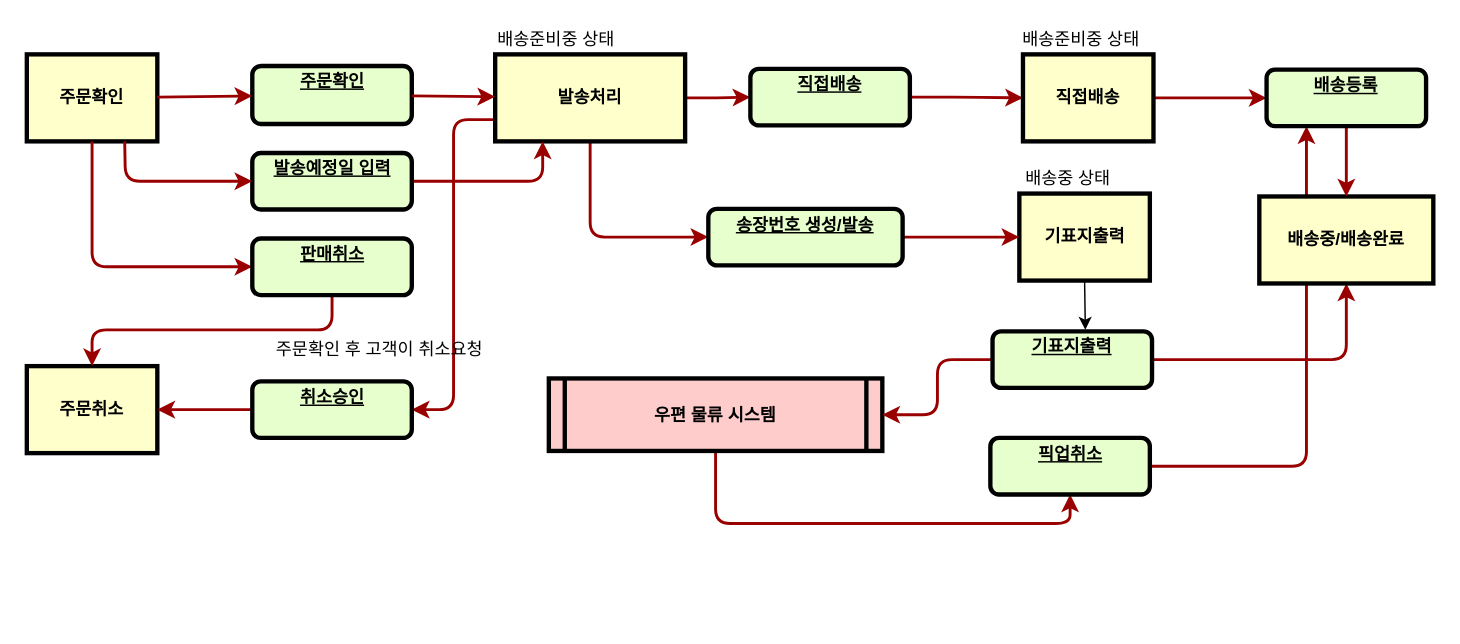
Earlier version of the draw.io diagram ebay.drawio (fangbo1562/drawio). Source tidied: cells renumbered, new cells numbered last; positions are measured from the earlier drawing's top-left corner, leaving out a move shared by most shapes. Both pictures are drawn from the tidied source at 145%, with x=0, y=0 at pixel (26, 25).
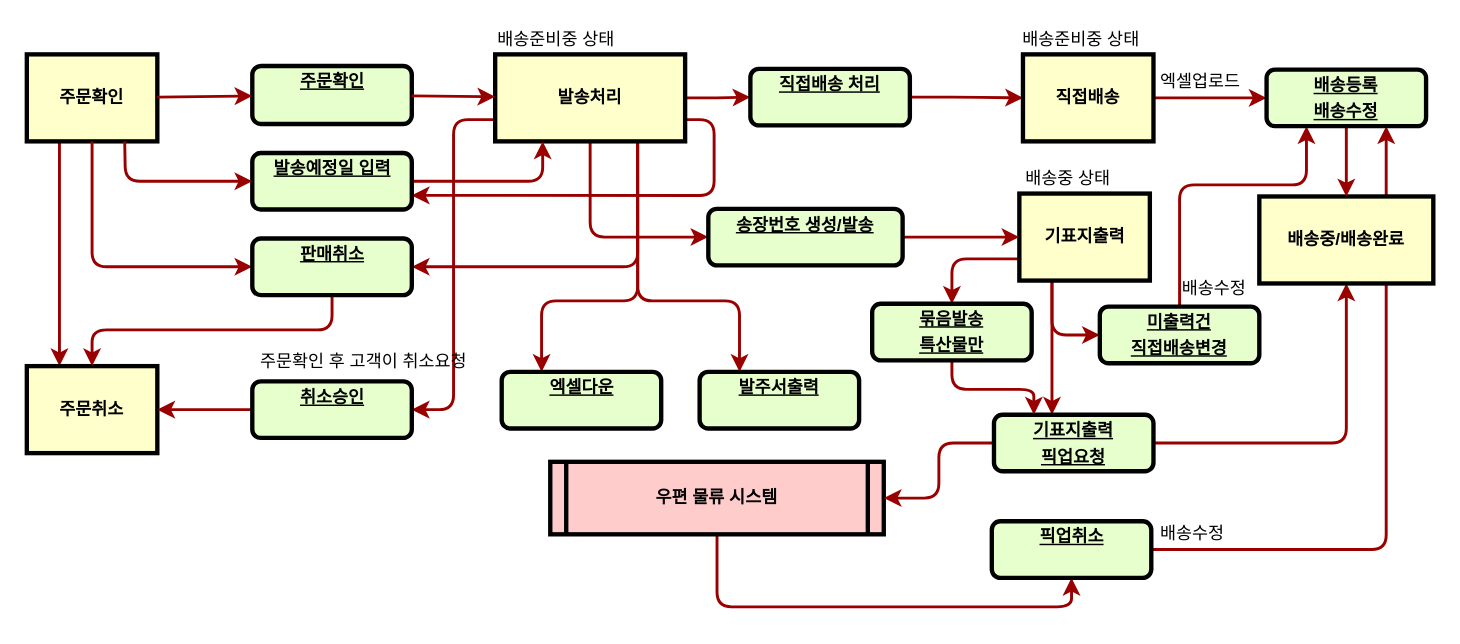
Above is the later version.

The change refers to these unchanged cells:
```xml
<mxCell id="7" value="발송처리" style="whiteSpace=wrap;align=center;verticalAlign=middle;fontStyle=1;strokeWidth=3;fillColor=#FFFFCC;" parent="1" vertex="1">
  <mxGeometry x="323" y="20" width="131" height="60" as="geometry" />
</mxCell>
<mxCell id="8" value="주문확인" style="whiteSpace=wrap;align=center;verticalAlign=middle;fontStyle=1;strokeWidth=3;fillColor=#FFFFCC;" parent="1" vertex="1">
  <mxGeometry y="20" width="90" height="60" as="geometry" />
</mxCell>
<mxCell id="12" value="&lt;p style=&quot;margin: 4px 0px 0px ; text-align: center ; text-decoration: underline&quot;&gt;&lt;strong&gt;발송예정일 입력&lt;/strong&gt;&lt;/p&gt;&lt;p style=&quot;margin: 0px 0px 0px 8px&quot;&gt;&lt;/p&gt;" style="verticalAlign=middle;align=center;overflow=fill;fontSize=12;fontFamily=Helvetica;html=1;rounded=1;fontStyle=1;strokeWidth=3;fillColor=#E6FFCC;" parent="1" vertex="1">
  <mxGeometry x="155.5" y="88" width="110" height="39" as="geometry" />
</mxCell>
<mxCell id="15" value="주문취소" style="whiteSpace=wrap;align=center;verticalAlign=middle;fontStyle=1;strokeWidth=3;fillColor=#FFFFCC;" parent="1" vertex="1">
  <mxGeometry y="235" width="90" height="60" as="geometry" />
</mxCell>
<mxCell id="23" value="&lt;p style=&quot;margin: 4px 0px 0px ; text-align: center ; text-decoration: underline&quot;&gt;&lt;strong&gt;판매취소&lt;/strong&gt;&lt;/p&gt;" style="verticalAlign=middle;align=center;overflow=fill;fontSize=12;fontFamily=Helvetica;html=1;rounded=1;fontStyle=1;strokeWidth=3;fillColor=#E6FFCC;" parent="1" vertex="1">
  <mxGeometry x="155.5" y="147" width="110" height="39" as="geometry" />
</mxCell>
<mxCell id="25" value="기표지출력" style="whiteSpace=wrap;align=center;verticalAlign=middle;fontStyle=1;strokeWidth=3;fillColor=#FFFFCC;" parent="1" vertex="1">
  <mxGeometry x="684.5" y="116" width="90" height="60" as="geometry" />
</mxCell>
```

The edit, as a diff of the source:
```diff
@@
-    <mxCell id="2" style="edgeStyle=orthogonalEdgeStyle;rounded=1;jettySize=auto;html=1;exitX=1;exitY=0.5;exitDx=0;exitDy=0;entryX=0.25;entryY=1;entryDx=0;entryDy=0;strokeColor=#990000;strokeWidth=2;" parent="1" edge="1" source="38" target="35">
+    <mxCell id="2" style="edgeStyle=orthogonalEdgeStyle;rounded=1;jettySize=auto;html=1;exitX=1;exitY=0.5;exitDx=0;exitDy=0;entryX=0.75;entryY=1;entryDx=0;entryDy=0;strokeColor=#990000;strokeWidth=2;" parent="1" edge="1" source="38" target="35">
       <mxGeometry relative="1" as="geometry" />
     </mxCell>
+    <mxCell id="42" style="edgeStyle=orthogonalEdgeStyle;rounded=1;jettySize=auto;html=1;exitX=0.5;exitY=0;exitDx=0;exitDy=0;entryX=0.25;entryY=1;entryDx=0;entryDy=0;strokeColor=#990000;strokeWidth=2;" parent="1" edge="1" source="55" target="35">
+      <mxGeometry relative="1" as="geometry">
+        <Array as="points">
+          <mxPoint x="795" y="110" />
+          <mxPoint x="883" y="110" />
+        </Array>
+      </mxGeometry>
+    </mxCell>
@@
+    <mxCell id="43" style="edgeStyle=orthogonalEdgeStyle;rounded=1;jettySize=auto;html=1;exitX=0.75;exitY=1;exitDx=0;exitDy=0;entryX=1;entryY=0.5;entryDx=0;entryDy=0;strokeColor=#990000;strokeWidth=2;" parent="1" edge="1" source="7" target="23">
+      <mxGeometry relative="1" as="geometry" />
+    </mxCell>
+    <mxCell id="44" style="edgeStyle=orthogonalEdgeStyle;rounded=1;jettySize=auto;html=1;exitX=1;exitY=0.75;exitDx=0;exitDy=0;entryX=1;entryY=0.75;entryDx=0;entryDy=0;strokeColor=#990000;strokeWidth=2;" parent="1" edge="1" source="7" target="12">
+      <mxGeometry relative="1" as="geometry" />
+    </mxCell>
+    <mxCell id="45" style="edgeStyle=orthogonalEdgeStyle;rounded=1;jettySize=auto;html=1;exitX=0.75;exitY=1;exitDx=0;exitDy=0;entryX=0.25;entryY=0;entryDx=0;entryDy=0;strokeColor=#990000;strokeWidth=2;" parent="1" edge="1" source="7" target="51">
+      <mxGeometry relative="1" as="geometry">
+        <Array as="points">
+          <mxPoint x="421" y="190" />
+          <mxPoint x="355" y="190" />
+        </Array>
+      </mxGeometry>
+    </mxCell>
+    <mxCell id="46" style="edgeStyle=orthogonalEdgeStyle;rounded=1;jettySize=auto;html=1;exitX=0.75;exitY=1;exitDx=0;exitDy=0;entryX=0.25;entryY=0;entryDx=0;entryDy=0;strokeColor=#990000;strokeWidth=2;" parent="1" edge="1" source="7" target="50">
+      <mxGeometry relative="1" as="geometry">
+        <Array as="points">
+          <mxPoint x="421" y="190" />
+          <mxPoint x="492" y="190" />
+        </Array>
+      </mxGeometry>
+    </mxCell>
@@
+    <mxCell id="47" style="edgeStyle=orthogonalEdgeStyle;rounded=1;jettySize=auto;html=1;exitX=0.25;exitY=1;exitDx=0;exitDy=0;entryX=0.25;entryY=0;entryDx=0;entryDy=0;strokeColor=#990000;strokeWidth=2;" parent="1" edge="1" source="8" target="15">
+      <mxGeometry relative="1" as="geometry" />
+    </mxCell>
@@
     <mxCell id="10" value="우편 물류 시스템" style="shape=process;whiteSpace=wrap;align=center;verticalAlign=middle;size=0.0475;fontStyle=1;strokeWidth=3;fillColor=#FFCCCC;" parent="1" vertex="1">
-      <mxGeometry x="360" y="243.5" width="230" height="50" as="geometry" />
+      <mxGeometry x="361" y="301" width="230" height="50" as="geometry" />
     </mxCell>
@@
     <mxCell id="18" value="주문확인 후 고객이 취소요청" style="text;spacingTop=-5;align=center;" parent="1" vertex="1">
-      <mxGeometry x="203" y="215" width="81" height="20" as="geometry" />
+      <mxGeometry x="192" y="223" width="81" height="20" as="geometry" />
     </mxCell>
@@
-    <mxCell id="24" style="edgeStyle=orthogonalEdgeStyle;rounded=0;jettySize=auto;html=1;exitX=0.5;exitY=1;exitDx=0;exitDy=0;" parent="1" edge="1" source="25">
+    <mxCell id="24" style="edgeStyle=orthogonalEdgeStyle;rounded=1;jettySize=auto;html=1;exitX=0.25;exitY=1;exitDx=0;exitDy=0;strokeColor=#990000;strokeWidth=2;" parent="1" edge="1" source="25" target="37">
       <mxGeometry relative="1" as="geometry">
-        <mxPoint x="730" y="210" as="targetPoint" />
+        <Array as="points">
+          <mxPoint x="707" y="250" />
+          <mxPoint x="707" y="250" />
+        </Array>
       </mxGeometry>
     </mxCell>
+    <mxCell id="48" style="edgeStyle=orthogonalEdgeStyle;rounded=1;jettySize=auto;html=1;exitX=0;exitY=0.75;exitDx=0;exitDy=0;entryX=0.5;entryY=0;entryDx=0;entryDy=0;strokeColor=#990000;strokeWidth=2;" parent="1" edge="1" source="25" target="54">
+      <mxGeometry relative="1" as="geometry" />
+    </mxCell>
+    <mxCell id="49" style="edgeStyle=orthogonalEdgeStyle;rounded=1;jettySize=auto;html=1;exitX=0.25;exitY=1;exitDx=0;exitDy=0;entryX=0;entryY=0.5;entryDx=0;entryDy=0;strokeColor=#990000;strokeWidth=2;" parent="1" edge="1" source="25" target="55">
+      <mxGeometry relative="1" as="geometry" />
+    </mxCell>
@@
-    <mxCell id="27" value="&lt;p style=&quot;margin: 4px 0px 0px ; text-align: center ; text-decoration: underline&quot;&gt;&lt;strong&gt;직접배송&lt;/strong&gt;&lt;/p&gt;" style="verticalAlign=middle;align=center;overflow=fill;fontSize=12;fontFamily=Helvetica;html=1;rounded=1;fontStyle=1;strokeWidth=3;fillColor=#E6FFCC;" parent="1" vertex="1">
+    <mxCell id="27" value="&lt;p style=&quot;margin: 4px 0px 0px ; text-align: center ; text-decoration: underline&quot;&gt;&lt;strong&gt;직접배송 처리&lt;/strong&gt;&lt;/p&gt;" style="verticalAlign=middle;align=center;overflow=fill;fontSize=12;fontFamily=Helvetica;html=1;rounded=1;fontStyle=1;strokeWidth=3;fillColor=#E6FFCC;" parent="1" vertex="1">
       <mxGeometry x="499" y="30" width="110" height="39" as="geometry" />
     </mxCell>
@@
-    <mxCell id="35" value="&lt;p style=&quot;margin: 4px 0px 0px ; text-align: center ; text-decoration: underline&quot;&gt;&lt;strong&gt;배송등록&lt;/strong&gt;&lt;/p&gt;" style="verticalAlign=middle;align=center;overflow=fill;fontSize=12;fontFamily=Helvetica;html=1;rounded=1;fontStyle=1;strokeWidth=3;fillColor=#E6FFCC;" parent="1" vertex="1">
+    <mxCell id="35" value="&lt;p style=&quot;margin: 4px 0px 0px ; text-align: center ; text-decoration: underline&quot;&gt;&lt;strong&gt;배송등록&lt;/strong&gt;&lt;/p&gt;&lt;p style=&quot;margin: 4px 0px 0px ; text-align: center ; text-decoration: underline&quot;&gt;&lt;strong&gt;배송수정&lt;/strong&gt;&lt;/p&gt;" style="verticalAlign=middle;align=center;overflow=fill;fontSize=12;fontFamily=Helvetica;html=1;rounded=1;fontStyle=1;strokeWidth=3;fillColor=#E6FFCC;" parent="1" vertex="1">
       <mxGeometry x="855" y="30.5" width="110" height="39" as="geometry" />
     </mxCell>
@@
-    <mxCell id="37" value="&lt;p style=&quot;margin: 4px 0px 0px ; text-align: center ; text-decoration: underline&quot;&gt;&lt;strong&gt;기표지출력&lt;/strong&gt;&lt;/p&gt;" style="verticalAlign=middle;align=center;overflow=fill;fontSize=12;fontFamily=Helvetica;html=1;rounded=1;fontStyle=1;strokeWidth=3;fillColor=#E6FFCC;" parent="1" vertex="1">
-      <mxGeometry x="666" y="211" width="110" height="39" as="geometry" />
+    <mxCell id="37" value="&lt;p style=&quot;margin: 4px 0px 0px ; text-align: center ; text-decoration: underline&quot;&gt;&lt;strong&gt;기표지출력&lt;/strong&gt;&lt;/p&gt;&lt;p style=&quot;margin: 4px 0px 0px ; text-align: center ; text-decoration: underline&quot;&gt;픽업요청&lt;/p&gt;" style="verticalAlign=middle;align=center;overflow=fill;fontSize=12;fontFamily=Helvetica;html=1;rounded=1;fontStyle=1;strokeWidth=3;fillColor=#E6FFCC;" parent="1" vertex="1">
+      <mxGeometry x="667" y="268.5" width="110" height="39" as="geometry" />
     </mxCell>
     <mxCell id="38" value="&lt;p style=&quot;margin: 4px 0px 0px ; text-align: center ; text-decoration: underline&quot;&gt;&lt;strong&gt;픽업취소&lt;/strong&gt;&lt;/p&gt;" style="verticalAlign=middle;align=center;overflow=fill;fontSize=12;fontFamily=Helvetica;html=1;rounded=1;fontStyle=1;strokeWidth=3;fillColor=#E6FFCC;" parent="1" vertex="1">
-      <mxGeometry x="664.5" y="284.5" width="110" height="39" as="geometry" />
+      <mxGeometry x="665.5" y="342" width="110" height="39" as="geometry" />
     </mxCell>
@@
+    <mxCell id="50" value="&lt;p style=&quot;margin: 4px 0px 0px ; text-align: center ; text-decoration: underline&quot;&gt;&lt;strong&gt;발주서출력&lt;/strong&gt;&lt;/p&gt;" style="verticalAlign=middle;align=center;overflow=fill;fontSize=12;fontFamily=Helvetica;html=1;rounded=1;fontStyle=1;strokeWidth=3;fillColor=#E6FFCC;" parent="1" vertex="1">
+      <mxGeometry x="464" y="239" width="110" height="39" as="geometry" />
+    </mxCell>
+    <mxCell id="51" value="&lt;p style=&quot;margin: 4px 0px 0px ; text-align: center ; text-decoration: underline&quot;&gt;&lt;strong&gt;엑셀다운&lt;/strong&gt;&lt;/p&gt;" style="verticalAlign=middle;align=center;overflow=fill;fontSize=12;fontFamily=Helvetica;html=1;rounded=1;fontStyle=1;strokeWidth=3;fillColor=#E6FFCC;" parent="1" vertex="1">
+      <mxGeometry x="327.5" y="239" width="110" height="39" as="geometry" />
+    </mxCell>
+    <mxCell id="52" value="엑셀업로드" style="text;html=1;align=left;verticalAlign=top;spacingTop=-4;" parent="1" vertex="1">
+      <mxGeometry x="780" y="29" width="80" height="20" as="geometry" />
+    </mxCell>
+    <mxCell id="53" style="edgeStyle=orthogonalEdgeStyle;rounded=1;jettySize=auto;html=1;exitX=0.5;exitY=1;exitDx=0;exitDy=0;entryX=0.25;entryY=0;entryDx=0;entryDy=0;strokeColor=#990000;strokeWidth=2;" parent="1" edge="1" source="54" target="37">
+      <mxGeometry relative="1" as="geometry" />
+    </mxCell>
+    <mxCell id="54" value="&lt;p style=&quot;margin: 4px 0px 0px ; text-align: center ; text-decoration: underline&quot;&gt;&lt;strong&gt;묶음발송&lt;/strong&gt;&lt;/p&gt;&lt;p style=&quot;margin: 4px 0px 0px ; text-align: center ; text-decoration: underline&quot;&gt;&lt;strong&gt;특산물만&lt;/strong&gt;&lt;/p&gt;" style="verticalAlign=middle;align=center;overflow=fill;fontSize=12;fontFamily=Helvetica;html=1;rounded=1;fontStyle=1;strokeWidth=3;fillColor=#E6FFCC;" parent="1" vertex="1">
+      <mxGeometry x="583" y="192" width="110" height="39" as="geometry" />
+    </mxCell>
+    <mxCell id="55" value="&lt;p style=&quot;margin: 4px 0px 0px ; text-align: center ; text-decoration: underline&quot;&gt;미출력건&lt;/p&gt;&lt;p style=&quot;margin: 4px 0px 0px ; text-align: center ; text-decoration: underline&quot;&gt;직접배송변경&lt;/p&gt;" style="verticalAlign=middle;align=center;overflow=fill;fontSize=12;fontFamily=Helvetica;html=1;rounded=1;fontStyle=1;strokeWidth=3;fillColor=#E6FFCC;" parent="1" vertex="1">
+      <mxGeometry x="740" y="194" width="110" height="39" as="geometry" />
+    </mxCell>
+    <mxCell id="56" value="배송수정" style="text;html=1;align=left;verticalAlign=top;spacingTop=-4;" parent="1" vertex="1">
+      <mxGeometry x="795" y="172" width="60" height="20" as="geometry" />
+    </mxCell>
+    <mxCell id="57" value="배송수정" style="text;html=1;align=left;verticalAlign=top;spacingTop=-4;" parent="1" vertex="1">
+      <mxGeometry x="780" y="341" width="60" height="20" as="geometry" />
+    </mxCell>
```
